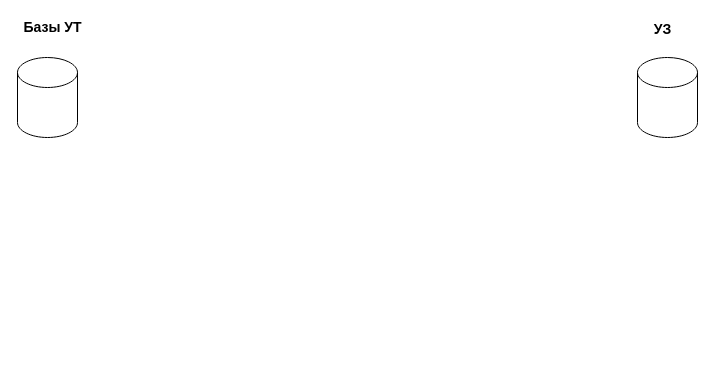
Before: SchemeComparePayments_UT_UZ.drawio in GerasimenkoVV/TestGit, a draw.io diagram. Source tidied: cells renumbered, new cells numbered last; positions are measured from the earlier drawing's top-left corner, leaving out a move shared by most shapes. Both pictures are drawn from the tidied source at 100%, with x=0, y=0 at pixel (17, 17).
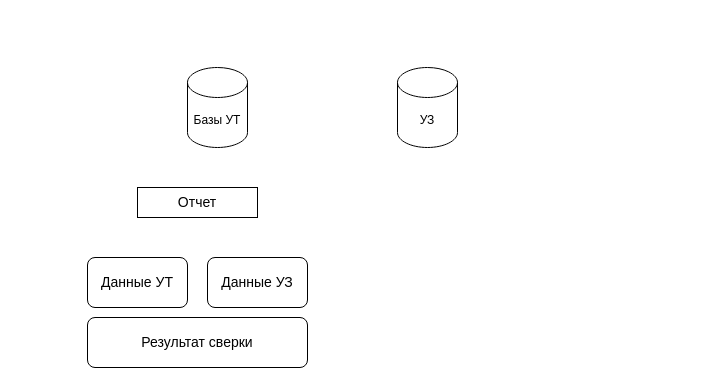
After the change.

What changed in the source:
```diff
@@
 <mxGraphModel>
   <root>
     <mxCell id="0" />
     <mxCell id="1" parent="0" />
-    <mxCell id="2" style="shape=cylinder3;whiteSpace=wrap;html=1;boundedLbl=1;backgroundOutline=1;size=15;" parent="1" vertex="1">
-      <mxGeometry y="40" width="60" height="80" as="geometry" />
+    <mxCell id="2" value="Базы УТ&lt;br&gt;" style="shape=cylinder3;whiteSpace=wrap;html=1;boundedLbl=1;backgroundOutline=1;size=15;" parent="1" vertex="1">
+      <mxGeometry x="170" y="50" width="60" height="80" as="geometry" />
     </mxCell>
-    <mxCell id="3" style="shape=cylinder3;whiteSpace=wrap;html=1;boundedLbl=1;backgroundOutline=1;size=15;" parent="1" vertex="1">
-      <mxGeometry x="620" y="40" width="60" height="80" as="geometry" />
+    <mxCell id="3" value="УЗ&lt;br&gt;" style="shape=cylinder3;whiteSpace=wrap;html=1;boundedLbl=1;backgroundOutline=1;size=15;" parent="1" vertex="1">
+      <mxGeometry x="380" y="50" width="60" height="80" as="geometry" />
     </mxCell>
-    <mxCell id="4" value="&lt;font style=&quot;font-size: 14px;&quot;&gt;&lt;b&gt;Базы УТ&lt;/b&gt;&lt;/font&gt;" style="text;html=1;align=center;verticalAlign=middle;strokeColor=none;fillColor=none;" parent="1" vertex="1">
-      <mxGeometry width="70" height="20" as="geometry" />
-    </mxCell>
-    <mxCell id="5" value="&lt;span style=&quot;font-size: 14px;&quot;&gt;&lt;b&gt;УЗ&lt;br&gt;&lt;br&gt;&lt;/b&gt;&lt;/span&gt;" style="text;html=1;align=center;verticalAlign=middle;strokeColor=none;fillColor=none;" parent="1" vertex="1">
-      <mxGeometry x="630" width="30" height="40" as="geometry" />
-    </mxCell>
+    <mxCell id="6" value="Отчет&lt;br&gt;" style="rounded=0;whiteSpace=wrap;html=1;fontSize=14;" parent="1" vertex="1">
+      <mxGeometry x="120" y="170" width="120" height="30" as="geometry" />
+    </mxCell>
+    <mxCell id="7" value="Данные УТ&lt;br&gt;" style="rounded=1;whiteSpace=wrap;html=1;fontSize=14;" parent="1" vertex="1">
+      <mxGeometry x="70" y="240" width="100" height="50" as="geometry" />
+    </mxCell>
+    <mxCell id="8" value="Данные УЗ" style="rounded=1;whiteSpace=wrap;html=1;fontSize=14;" parent="1" vertex="1">
+      <mxGeometry x="190" y="240" width="100" height="50" as="geometry" />
+    </mxCell>
+    <mxCell id="9" value="Результат сверки" style="rounded=1;whiteSpace=wrap;html=1;fontSize=14;" parent="1" vertex="1">
+      <mxGeometry x="70" y="300" width="220" height="50" as="geometry" />
+    </mxCell>
   </root>
 </mxGraphModel>
```
